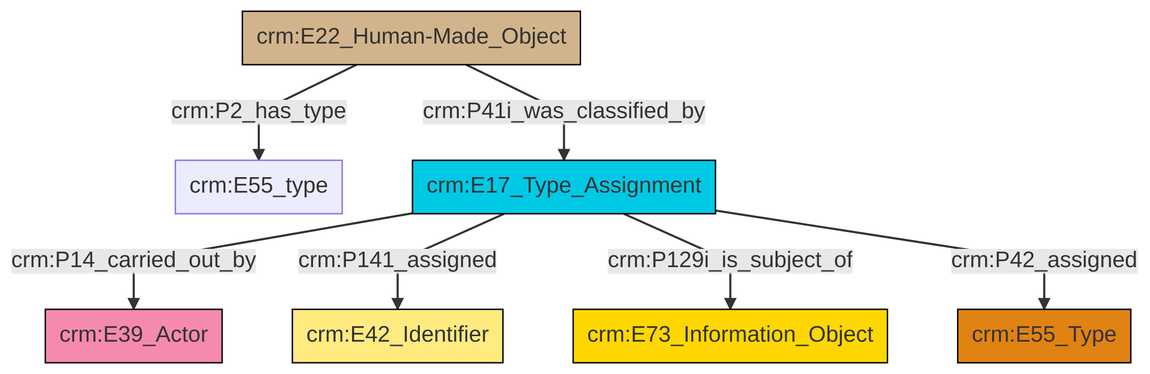
Earlier version of the Mermaid export et/builtWorkCSV/ttl/mmd/png/Built_Work_designation_status.png (swiss-art-research-net/reference-data-models). Its source is kept beside it as et/builtWorkCSV/ttl/mmd/Built_Work_designation_status.ttl.mmd.
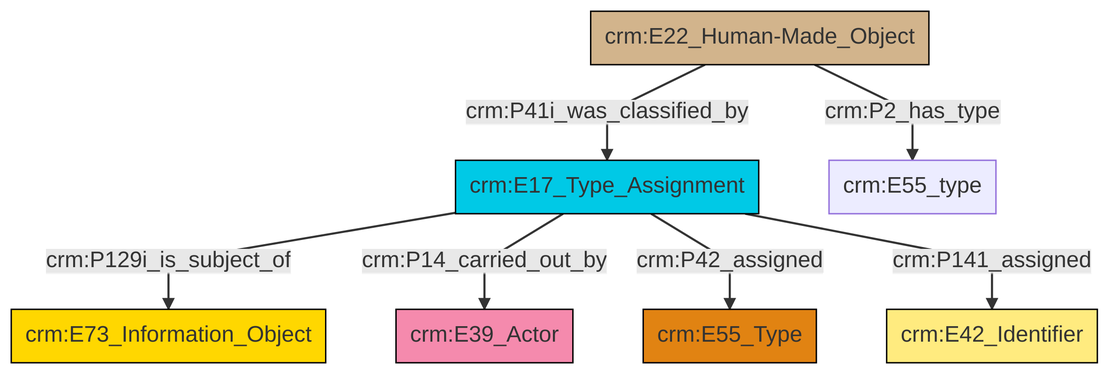
Later version of the same file.

What changed in the source:
```diff
@@ -13,9 +13,9 @@
 classDef PC_Classes fill:#4ce600, stroke:#000000;
 classDef Multi fill:#cccccc,stroke:#000000;
 
-6["crm:E17_Type_Assignment"]:::Temporal_Entity -->|crm:P14_carried_out_by| 7["crm:E39_Actor"]:::Actor
-6["crm:E17_Type_Assignment"]:::Temporal_Entity -->|crm:P141_assigned| 0["crm:E42_Identifier"]:::Appellation
-8["crm:E22_Human-Made_Object"]:::Physical_Thing -->|crm:P2_has_type| 2["crm:E55_type"]:::Default
-8["crm:E22_Human-Made_Object"]:::Physical_Thing -->|crm:P41i_was_classified_by| 6["crm:E17_Type_Assignment"]:::Temporal_Entity
-6["crm:E17_Type_Assignment"]:::Temporal_Entity -->|crm:P129i_is_subject_of| 12["crm:E73_Information_Object"]:::Conceptual_Object
-6["crm:E17_Type_Assignment"]:::Temporal_Entity -->|crm:P42_assigned| 4["crm:E55_Type"]:::Type
+0["crm:E17_Type_Assignment"]:::Temporal_Entity -->|crm:P129i_is_subject_of| 1["crm:E73_Information_Object"]:::Conceptual_Object
+0["crm:E17_Type_Assignment"]:::Temporal_Entity -->|crm:P14_carried_out_by| 2["crm:E39_Actor"]:::Actor
+0["crm:E17_Type_Assignment"]:::Temporal_Entity -->|crm:P42_assigned| 5["crm:E55_Type"]:::Type
+7["crm:E22_Human-Made_Object"]:::Physical_Thing -->|crm:P2_has_type| 3["crm:E55_type"]:::Default
+7["crm:E22_Human-Made_Object"]:::Physical_Thing -->|crm:P41i_was_classified_by| 0["crm:E17_Type_Assignment"]:::Temporal_Entity
+0["crm:E17_Type_Assignment"]:::Temporal_Entity -->|crm:P141_assigned| 10["crm:E42_Identifier"]:::Appellation
```
